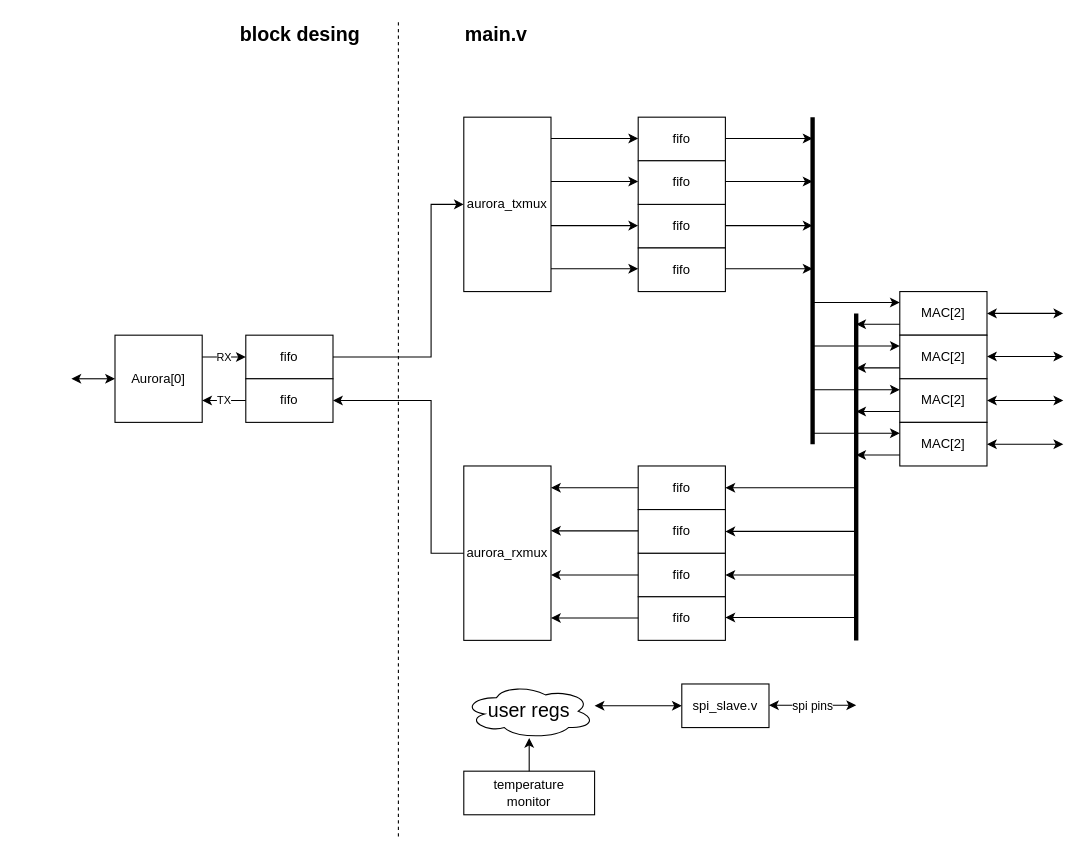
Above: doc/System_Diagram.drawio in hushunkui/bfd_artix (draw.io), before the change. Source tidied: cells renumbered, new cells numbered last; positions are measured from the earlier drawing's top-left corner, leaving out a move shared by most shapes. Both pictures are drawn from the tidied source at 109%, with x=0, y=0 at pixel (71, 19).
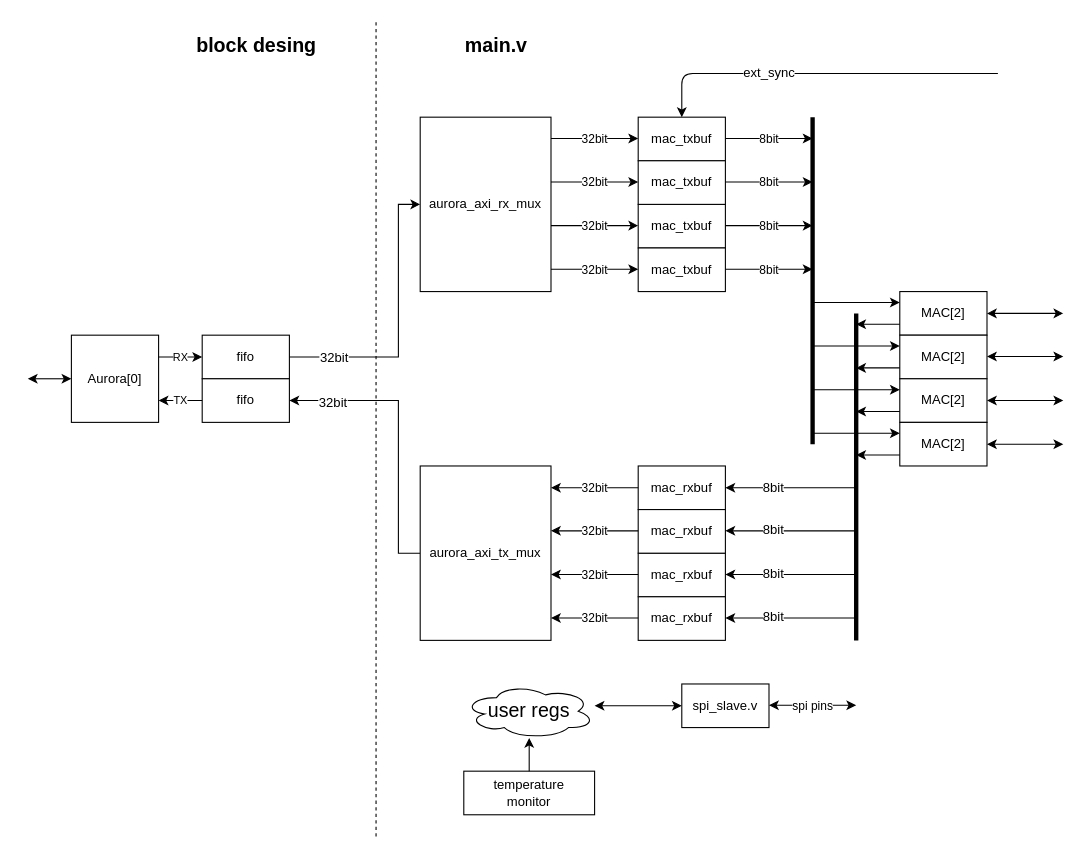
The same diagram, later.

The change refers to these unchanged cells:
```xml
<mxCell id="27" style="edgeStyle=elbowEdgeStyle;elbow=horizontal;endArrow=classic;html=1;jumpSize=10;entryX=0;entryY=0.25;entryDx=0;entryDy=0;" parent="1" edge="1">
  <mxGeometry relative="1" as="geometry">
    <mxPoint x="720" y="430" as="sourcePoint" />
    <mxPoint x="600" y="430" as="targetPoint" />
  </mxGeometry>
</mxCell>
```

Change to the diagram source:
```diff
@@
     <mxCell id="2" value="Aurora[0]" style="rounded=0;whiteSpace=wrap;html=1;" parent="1" vertex="1">
-      <mxGeometry x="40" y="290" width="80" height="80" as="geometry" />
+      <mxGeometry y="290" width="80" height="80" as="geometry" />
     </mxCell>
     <mxCell id="3" value="fifo" style="rounded=0;whiteSpace=wrap;html=1;" parent="1" vertex="1">
-      <mxGeometry x="160" y="290" width="80" height="40" as="geometry" />
+      <mxGeometry x="120" y="290" width="80" height="40" as="geometry" />
     </mxCell>
     <mxCell id="4" value="fifo" style="rounded=0;whiteSpace=wrap;html=1;" parent="1" vertex="1">
-      <mxGeometry x="160" y="330" width="80" height="40" as="geometry" />
+      <mxGeometry x="120" y="330" width="80" height="40" as="geometry" />
     </mxCell>
     <mxCell id="5" value="&lt;font size=&quot;1&quot;&gt;RX&lt;/font&gt;" style="edgeStyle=elbowEdgeStyle;elbow=horizontal;endArrow=classic;html=1;exitX=1;exitY=0.5;exitDx=0;exitDy=0;jumpSize=10;entryX=0;entryY=0.5;entryDx=0;entryDy=0;" parent="1" edge="1" target="3">
       <mxGeometry relative="1" as="geometry">
-        <mxPoint x="120" y="310" as="sourcePoint" />
+        <mxPoint x="80" y="310" as="sourcePoint" />
       </mxGeometry>
     </mxCell>
     <mxCell id="6" value="&lt;font size=&quot;1&quot;&gt;TX&lt;/font&gt;" style="edgeStyle=elbowEdgeStyle;elbow=horizontal;endArrow=classic;html=1;exitX=0;exitY=0.5;exitDx=0;exitDy=0;jumpSize=10;entryX=1;entryY=0.75;entryDx=0;entryDy=0;" parent="1" edge="1" source="4">
       <mxGeometry relative="1" as="geometry">
-        <mxPoint x="120" y="350" as="targetPoint" />
+        <mxPoint x="80" y="350" as="targetPoint" />
       </mxGeometry>
     </mxCell>
-    <mxCell id="7" value="fifo" style="rounded=0;whiteSpace=wrap;html=1;" parent="1" vertex="1">
+    <mxCell id="7" value="mac_txbuf" style="rounded=0;whiteSpace=wrap;html=1;" parent="1" vertex="1">
       <mxGeometry x="520" y="170" width="80" height="40" as="geometry" />
     </mxCell>
-    <mxCell id="8" value="fifo" style="rounded=0;whiteSpace=wrap;html=1;" parent="1" vertex="1">
+    <mxCell id="8" value="mac_txbuf" style="rounded=0;whiteSpace=wrap;html=1;" parent="1" vertex="1">
       <mxGeometry x="520" y="90" width="80" height="40" as="geometry" />
     </mxCell>
-    <mxCell id="9" value="fifo" style="rounded=0;whiteSpace=wrap;html=1;" parent="1" vertex="1">
+    <mxCell id="9" value="mac_txbuf" style="rounded=0;whiteSpace=wrap;html=1;" parent="1" vertex="1">
       <mxGeometry x="520" y="130" width="80" height="40" as="geometry" />
     </mxCell>
@@
     <mxCell id="11" style="endArrow=classic;startArrow=classic;html=1;" parent="1" edge="1">
       <mxGeometry relative="1" as="geometry">
-        <mxPoint y="330" as="sourcePoint" />
-        <mxPoint x="40" y="330" as="targetPoint" />
+        <mxPoint x="-40" y="330" as="sourcePoint" />
+        <mxPoint y="330" as="targetPoint" />
       </mxGeometry>
     </mxCell>
     <mxCell id="12" style="endArrow=none;dashed=1;html=1;" parent="1" edge="1">
       <mxGeometry relative="1" as="geometry">
-        <mxPoint x="300" y="750" as="sourcePoint" />
-        <mxPoint x="300" as="targetPoint" />
+        <mxPoint x="279.5" y="750" as="sourcePoint" />
+        <mxPoint x="279.5" as="targetPoint" />
       </mxGeometry>
     </mxCell>
     <mxCell id="13" value="block desing" style="text;html=1;strokeColor=none;fillColor=none;align=center;verticalAlign=middle;whiteSpace=wrap;rounded=0;fontStyle=1;fontSize=18;" parent="1" vertex="1">
-      <mxGeometry x="140" width="140" height="30" as="geometry" />
+      <mxGeometry x="100" y="10" width="140" height="30" as="geometry" />
     </mxCell>
     <mxCell id="14" value="main.v" style="text;html=1;strokeColor=none;fillColor=none;align=center;verticalAlign=middle;whiteSpace=wrap;rounded=0;fontStyle=1;fontSize=18;" parent="1" vertex="1">
-      <mxGeometry x="320" width="140" height="30" as="geometry" />
+      <mxGeometry x="320" y="10" width="140" height="30" as="geometry" />
     </mxCell>
-    <mxCell id="15" value="fifo" style="rounded=0;whiteSpace=wrap;html=1;" parent="1" vertex="1">
+    <mxCell id="15" value="mac_txbuf" style="rounded=0;whiteSpace=wrap;html=1;" parent="1" vertex="1">
       <mxGeometry x="520" y="210" width="80" height="40" as="geometry" />
     </mxCell>
-    <mxCell id="16" value="fifo" style="rounded=0;whiteSpace=wrap;html=1;" parent="1" vertex="1">
+    <mxCell id="16" value="mac_rxbuf" style="rounded=0;whiteSpace=wrap;html=1;" parent="1" vertex="1">
       <mxGeometry x="520" y="490" width="80" height="40" as="geometry" />
     </mxCell>
-    <mxCell id="17" value="fifo" style="rounded=0;whiteSpace=wrap;html=1;" parent="1" vertex="1">
+    <mxCell id="17" value="mac_rxbuf" style="rounded=0;whiteSpace=wrap;html=1;" parent="1" vertex="1">
       <mxGeometry x="520" y="410" width="80" height="40" as="geometry" />
     </mxCell>
-    <mxCell id="18" value="fifo" style="rounded=0;whiteSpace=wrap;html=1;" parent="1" vertex="1">
+    <mxCell id="18" value="mac_rxbuf" style="rounded=0;whiteSpace=wrap;html=1;" parent="1" vertex="1">
       <mxGeometry x="520" y="450" width="80" height="40" as="geometry" />
     </mxCell>
-    <mxCell id="19" value="fifo" style="rounded=0;whiteSpace=wrap;html=1;" parent="1" vertex="1">
+    <mxCell id="19" value="mac_rxbuf" style="rounded=0;whiteSpace=wrap;html=1;" parent="1" vertex="1">
       <mxGeometry x="520" y="530" width="80" height="40" as="geometry" />
     </mxCell>
@@
-    <mxCell id="21" style="edgeStyle=elbowEdgeStyle;elbow=horizontal;endArrow=classic;html=1;jumpSize=10;entryX=0;entryY=0.25;entryDx=0;entryDy=0;" parent="1" edge="1">
+    <mxCell id="21" value="8bit" style="edgeStyle=elbowEdgeStyle;elbow=horizontal;endArrow=classic;html=1;jumpSize=10;entryX=0;entryY=0.25;entryDx=0;entryDy=0;" parent="1" edge="1">
       <mxGeometry relative="1" as="geometry">
         <mxPoint x="600" y="109.5" as="sourcePoint" />
         <mxPoint x="680" y="109.5" as="targetPoint" />
       </mxGeometry>
     </mxCell>
-    <mxCell id="22" style="edgeStyle=elbowEdgeStyle;elbow=horizontal;endArrow=classic;html=1;jumpSize=10;entryX=0;entryY=0.25;entryDx=0;entryDy=0;" parent="1" edge="1">
-      <mxGeometry relative="1" as="geometry">
-        <mxPoint x="600" y="149" as="sourcePoint" />
-        <mxPoint x="680" y="149" as="targetPoint" />
-      </mxGeometry>
-    </mxCell>
-    <mxCell id="23" style="edgeStyle=elbowEdgeStyle;elbow=horizontal;endArrow=classic;html=1;jumpSize=10;entryX=0;entryY=0.25;entryDx=0;entryDy=0;" parent="1" edge="1">
-      <mxGeometry relative="1" as="geometry">
-        <mxPoint x="600" y="189.5" as="sourcePoint" />
-        <mxPoint x="680" y="189.5" as="targetPoint" />
-      </mxGeometry>
-    </mxCell>
-    <mxCell id="24" style="edgeStyle=elbowEdgeStyle;elbow=horizontal;endArrow=classic;html=1;jumpSize=10;entryX=0;entryY=0.25;entryDx=0;entryDy=0;" parent="1" edge="1">
-      <mxGeometry relative="1" as="geometry">
-        <mxPoint x="600" y="229" as="sourcePoint" />
-        <mxPoint x="680" y="229" as="targetPoint" />
-      </mxGeometry>
-    </mxCell>
@@
-    <mxCell id="28" style="edgeStyle=elbowEdgeStyle;elbow=horizontal;endArrow=classic;html=1;jumpSize=10;entryX=0;entryY=0.25;entryDx=0;entryDy=0;" parent="1" edge="1">
-      <mxGeometry relative="1" as="geometry">
-        <mxPoint x="720" y="470" as="sourcePoint" />
-        <mxPoint x="600" y="470" as="targetPoint" />
-      </mxGeometry>
-    </mxCell>
-    <mxCell id="29" style="edgeStyle=elbowEdgeStyle;elbow=horizontal;endArrow=classic;html=1;jumpSize=10;entryX=0;entryY=0.25;entryDx=0;entryDy=0;" parent="1" edge="1">
-      <mxGeometry relative="1" as="geometry">
-        <mxPoint x="720" y="510" as="sourcePoint" />
-        <mxPoint x="600" y="510" as="targetPoint" />
-      </mxGeometry>
-    </mxCell>
-    <mxCell id="30" style="edgeStyle=elbowEdgeStyle;elbow=horizontal;endArrow=classic;html=1;jumpSize=10;entryX=0;entryY=0.25;entryDx=0;entryDy=0;" parent="1" edge="1">
-      <mxGeometry relative="1" as="geometry">
-        <mxPoint x="720" y="549" as="sourcePoint" />
-        <mxPoint x="600" y="549" as="targetPoint" />
-      </mxGeometry>
-    </mxCell>
+    <mxCell id="63" value="8bit" style="text;html=1;align=center;verticalAlign=middle;labelBackgroundColor=#ffffff;" parent="27" vertex="1">
+      <mxGeometry x="0.28" y="-1" relative="1" as="geometry" />
+    </mxCell>
@@
     <mxCell id="41" style="edgeStyle=orthogonalEdgeStyle;rounded=0;jumpSize=10;jettySize=auto;html=1;fontSize=18;exitX=1;exitY=0.5;exitDx=0;exitDy=0;entryX=0;entryY=0.5;entryDx=0;entryDy=0;" parent="1" edge="1" source="3" target="55">
       <mxGeometry relative="1" as="geometry">
         <Array as="points">
-          <mxPoint x="330" y="310" />
-          <mxPoint x="330" y="170" />
+          <mxPoint x="300" y="310" />
+          <mxPoint x="300" y="170" />
         </Array>
       </mxGeometry>
     </mxCell>
-    <mxCell id="42" style="edgeStyle=elbowEdgeStyle;elbow=horizontal;endArrow=classic;html=1;jumpSize=10;entryX=0;entryY=0.25;entryDx=0;entryDy=0;" parent="1" edge="1">
-      <mxGeometry relative="1" as="geometry">
-        <mxPoint x="440" y="109.5" as="sourcePoint" />
-        <mxPoint x="520" y="109.5" as="targetPoint" />
-      </mxGeometry>
-    </mxCell>
-    <mxCell id="43" style="edgeStyle=elbowEdgeStyle;elbow=horizontal;endArrow=classic;html=1;jumpSize=10;entryX=0;entryY=0.25;entryDx=0;entryDy=0;" parent="1" edge="1">
-      <mxGeometry relative="1" as="geometry">
-        <mxPoint x="440" y="149" as="sourcePoint" />
-        <mxPoint x="520" y="149" as="targetPoint" />
-      </mxGeometry>
-    </mxCell>
-    <mxCell id="44" style="edgeStyle=elbowEdgeStyle;elbow=horizontal;endArrow=classic;html=1;jumpSize=10;entryX=0;entryY=0.25;entryDx=0;entryDy=0;" parent="1" edge="1">
-      <mxGeometry relative="1" as="geometry">
-        <mxPoint x="440" y="189.5" as="sourcePoint" />
-        <mxPoint x="520" y="189.5" as="targetPoint" />
-      </mxGeometry>
-    </mxCell>
-    <mxCell id="45" style="edgeStyle=elbowEdgeStyle;elbow=horizontal;endArrow=classic;html=1;jumpSize=10;entryX=0;entryY=0.25;entryDx=0;entryDy=0;" parent="1" edge="1">
-      <mxGeometry relative="1" as="geometry">
-        <mxPoint x="440" y="229" as="sourcePoint" />
-        <mxPoint x="520" y="229" as="targetPoint" />
-      </mxGeometry>
-    </mxCell>
+    <mxCell id="64" value="32bit" style="text;html=1;align=center;verticalAlign=middle;labelBackgroundColor=#ffffff;" parent="41" vertex="1">
+      <mxGeometry x="-0.84" relative="1" as="geometry">
+        <mxPoint x="19" as="offset" />
+      </mxGeometry>
+    </mxCell>
-    <mxCell id="46" style="edgeStyle=orthogonalEdgeStyle;rounded=0;jumpSize=10;jettySize=auto;html=1;fontSize=18;entryX=1;entryY=0.5;entryDx=0;entryDy=0;exitX=0;exitY=0.5;exitDx=0;exitDy=0;" parent="1" edge="1" source="56" target="4">
-      <mxGeometry relative="1" as="geometry">
+    <mxCell id="46" value="&lt;span style=&quot;font-size: 12px&quot;&gt;32bit&lt;/span&gt;" style="edgeStyle=orthogonalEdgeStyle;rounded=0;jumpSize=10;jettySize=auto;html=1;fontSize=18;entryX=1;entryY=0.5;entryDx=0;entryDy=0;exitX=0;exitY=0.5;exitDx=0;exitDy=0;" parent="1" edge="1" source="56" target="4">
+      <mxGeometry x="0.69" relative="1" as="geometry">
         <Array as="points">
-          <mxPoint x="330" y="490" />
-          <mxPoint x="330" y="350" />
+          <mxPoint x="300" y="490" />
+          <mxPoint x="300" y="350" />
         </Array>
       </mxGeometry>
     </mxCell>
-    <mxCell id="47" style="edgeStyle=elbowEdgeStyle;elbow=horizontal;endArrow=classic;html=1;jumpSize=10;entryX=0;entryY=0.25;entryDx=0;entryDy=0;" parent="1" edge="1">
+    <mxCell id="47" value="32bit" style="edgeStyle=elbowEdgeStyle;elbow=horizontal;endArrow=classic;html=1;jumpSize=10;entryX=1;entryY=0.125;entryDx=0;entryDy=0;entryPerimeter=0;exitX=1;exitY=0.125;exitDx=0;exitDy=0;exitPerimeter=0;" parent="1" edge="1" target="56">
       <mxGeometry relative="1" as="geometry">
         <mxPoint x="520" y="430" as="sourcePoint" />
-        <mxPoint x="440" y="430" as="targetPoint" />
       </mxGeometry>
     </mxCell>
-    <mxCell id="48" style="edgeStyle=elbowEdgeStyle;elbow=horizontal;endArrow=classic;html=1;jumpSize=10;entryX=0;entryY=0.25;entryDx=0;entryDy=0;" parent="1" edge="1">
-      <mxGeometry relative="1" as="geometry">
-        <mxPoint x="520" y="469.5" as="sourcePoint" />
-        <mxPoint x="440" y="469.5" as="targetPoint" />
-      </mxGeometry>
-    </mxCell>
-    <mxCell id="49" style="edgeStyle=elbowEdgeStyle;elbow=horizontal;endArrow=classic;html=1;jumpSize=10;entryX=0;entryY=0.25;entryDx=0;entryDy=0;" parent="1" edge="1">
-      <mxGeometry relative="1" as="geometry">
-        <mxPoint x="520" y="510" as="sourcePoint" />
-        <mxPoint x="440" y="510" as="targetPoint" />
-      </mxGeometry>
-    </mxCell>
-    <mxCell id="50" style="edgeStyle=elbowEdgeStyle;elbow=horizontal;endArrow=classic;html=1;jumpSize=10;entryX=0;entryY=0.25;entryDx=0;entryDy=0;" parent="1" edge="1">
-      <mxGeometry relative="1" as="geometry">
-        <mxPoint x="520" y="549.5" as="sourcePoint" />
-        <mxPoint x="440" y="549.5" as="targetPoint" />
-      </mxGeometry>
-    </mxCell>
@@
-    <mxCell id="55" value="aurora_txmux" style="rounded=0;whiteSpace=wrap;html=1;" parent="1" vertex="1">
-      <mxGeometry x="360" y="90" width="80" height="160" as="geometry" />
+    <mxCell id="55" value="aurora_axi_rx_mux" style="rounded=0;whiteSpace=wrap;html=1;" parent="1" vertex="1">
+      <mxGeometry x="320" y="90" width="120" height="160" as="geometry" />
     </mxCell>
-    <mxCell id="56" value="aurora_rxmux" style="rounded=0;whiteSpace=wrap;html=1;" parent="1" vertex="1">
-      <mxGeometry x="360" y="410" width="80" height="160" as="geometry" />
+    <mxCell id="56" value="aurora_axi_tx_mux" style="rounded=0;whiteSpace=wrap;html=1;" parent="1" vertex="1">
+      <mxGeometry x="320" y="410" width="120" height="160" as="geometry" />
     </mxCell>
@@
+    <mxCell id="65" value="32bit" style="edgeStyle=elbowEdgeStyle;elbow=horizontal;endArrow=classic;html=1;jumpSize=10;entryX=1;entryY=0.125;entryDx=0;entryDy=0;entryPerimeter=0;" parent="1" edge="1">
+      <mxGeometry relative="1" as="geometry">
+        <mxPoint x="440" y="109.5" as="sourcePoint" />
+        <mxPoint x="520" y="109.5" as="targetPoint" />
+      </mxGeometry>
+    </mxCell>
+    <mxCell id="66" value="32bit" style="edgeStyle=elbowEdgeStyle;elbow=horizontal;endArrow=classic;html=1;jumpSize=10;entryX=1;entryY=0.125;entryDx=0;entryDy=0;entryPerimeter=0;" parent="1" edge="1">
+      <mxGeometry relative="1" as="geometry">
+        <mxPoint x="440" y="149.5" as="sourcePoint" />
+        <mxPoint x="520" y="149.5" as="targetPoint" />
+      </mxGeometry>
+    </mxCell>
+    <mxCell id="67" value="32bit" style="edgeStyle=elbowEdgeStyle;elbow=horizontal;endArrow=classic;html=1;jumpSize=10;entryX=1;entryY=0.125;entryDx=0;entryDy=0;entryPerimeter=0;" parent="1" edge="1">
+      <mxGeometry relative="1" as="geometry">
+        <mxPoint x="440" y="189.5" as="sourcePoint" />
+        <mxPoint x="520" y="189.5" as="targetPoint" />
+      </mxGeometry>
+    </mxCell>
+    <mxCell id="68" value="32bit" style="edgeStyle=elbowEdgeStyle;elbow=horizontal;endArrow=classic;html=1;jumpSize=10;entryX=1;entryY=0.125;entryDx=0;entryDy=0;entryPerimeter=0;" parent="1" edge="1">
+      <mxGeometry relative="1" as="geometry">
+        <mxPoint x="440" y="229.5" as="sourcePoint" />
+        <mxPoint x="520" y="229.5" as="targetPoint" />
+      </mxGeometry>
+    </mxCell>
+    <mxCell id="69" value="32bit" style="edgeStyle=elbowEdgeStyle;elbow=horizontal;endArrow=classic;html=1;jumpSize=10;entryX=1;entryY=0.125;entryDx=0;entryDy=0;entryPerimeter=0;" parent="1" edge="1">
+      <mxGeometry relative="1" as="geometry">
+        <mxPoint x="520" y="469.5" as="sourcePoint" />
+        <mxPoint x="440" y="469.5" as="targetPoint" />
+      </mxGeometry>
+    </mxCell>
+    <mxCell id="70" value="32bit" style="edgeStyle=elbowEdgeStyle;elbow=horizontal;endArrow=classic;html=1;jumpSize=10;entryX=1;entryY=0.125;entryDx=0;entryDy=0;entryPerimeter=0;" parent="1" edge="1">
+      <mxGeometry relative="1" as="geometry">
+        <mxPoint x="520" y="509.5" as="sourcePoint" />
+        <mxPoint x="440" y="509.5" as="targetPoint" />
+      </mxGeometry>
+    </mxCell>
+    <mxCell id="71" value="32bit" style="edgeStyle=elbowEdgeStyle;elbow=horizontal;endArrow=classic;html=1;jumpSize=10;entryX=1;entryY=0.125;entryDx=0;entryDy=0;entryPerimeter=0;" parent="1" edge="1">
+      <mxGeometry relative="1" as="geometry">
+        <mxPoint x="520" y="549.5" as="sourcePoint" />
+        <mxPoint x="440" y="549.5" as="targetPoint" />
+      </mxGeometry>
+    </mxCell>
+    <mxCell id="72" value="8bit" style="edgeStyle=elbowEdgeStyle;elbow=horizontal;endArrow=classic;html=1;jumpSize=10;entryX=0;entryY=0.25;entryDx=0;entryDy=0;" parent="1" edge="1">
+      <mxGeometry relative="1" as="geometry">
+        <mxPoint x="600" y="149.5" as="sourcePoint" />
+        <mxPoint x="680" y="149.5" as="targetPoint" />
+      </mxGeometry>
+    </mxCell>
+    <mxCell id="73" value="8bit" style="edgeStyle=elbowEdgeStyle;elbow=horizontal;endArrow=classic;html=1;jumpSize=10;entryX=0;entryY=0.25;entryDx=0;entryDy=0;" parent="1" edge="1">
+      <mxGeometry relative="1" as="geometry">
+        <mxPoint x="600" y="189.5" as="sourcePoint" />
+        <mxPoint x="680" y="189.5" as="targetPoint" />
+      </mxGeometry>
+    </mxCell>
+    <mxCell id="74" value="8bit" style="edgeStyle=elbowEdgeStyle;elbow=horizontal;endArrow=classic;html=1;jumpSize=10;entryX=0;entryY=0.25;entryDx=0;entryDy=0;" parent="1" edge="1">
+      <mxGeometry relative="1" as="geometry">
+        <mxPoint x="600" y="229.5" as="sourcePoint" />
+        <mxPoint x="680" y="229.5" as="targetPoint" />
+      </mxGeometry>
+    </mxCell>
+    <mxCell id="75" style="edgeStyle=elbowEdgeStyle;elbow=horizontal;endArrow=classic;html=1;jumpSize=10;entryX=0;entryY=0.25;entryDx=0;entryDy=0;" parent="1" edge="1">
+      <mxGeometry relative="1" as="geometry">
+        <mxPoint x="720" y="469.5" as="sourcePoint" />
+        <mxPoint x="600" y="469.5" as="targetPoint" />
+      </mxGeometry>
+    </mxCell>
+    <mxCell id="76" value="8bit" style="text;html=1;align=center;verticalAlign=middle;labelBackgroundColor=#ffffff;" parent="75" vertex="1">
+      <mxGeometry x="0.28" y="-1" relative="1" as="geometry" />
+    </mxCell>
+    <mxCell id="77" style="edgeStyle=elbowEdgeStyle;elbow=horizontal;endArrow=classic;html=1;jumpSize=10;entryX=0;entryY=0.25;entryDx=0;entryDy=0;" parent="1" edge="1">
+      <mxGeometry relative="1" as="geometry">
+        <mxPoint x="720" y="509.5" as="sourcePoint" />
+        <mxPoint x="600" y="509.5" as="targetPoint" />
+      </mxGeometry>
+    </mxCell>
+    <mxCell id="78" value="8bit" style="text;html=1;align=center;verticalAlign=middle;labelBackgroundColor=#ffffff;" parent="77" vertex="1">
+      <mxGeometry x="0.28" y="-1" relative="1" as="geometry" />
+    </mxCell>
+    <mxCell id="79" style="edgeStyle=elbowEdgeStyle;elbow=horizontal;endArrow=classic;html=1;jumpSize=10;entryX=0;entryY=0.25;entryDx=0;entryDy=0;" parent="1" edge="1">
+      <mxGeometry relative="1" as="geometry">
+        <mxPoint x="720" y="549.5" as="sourcePoint" />
+        <mxPoint x="600" y="549.5" as="targetPoint" />
+      </mxGeometry>
+    </mxCell>
+    <mxCell id="80" value="8bit" style="text;html=1;align=center;verticalAlign=middle;labelBackgroundColor=#ffffff;" parent="79" vertex="1">
+      <mxGeometry x="0.28" y="-1" relative="1" as="geometry" />
+    </mxCell>
+    <mxCell id="81" style="edgeStyle=elbowEdgeStyle;elbow=horizontal;endArrow=classic;html=1;jumpSize=10;entryX=0.5;entryY=0;entryDx=0;entryDy=0;" parent="1" edge="1" target="8">
+      <mxGeometry relative="1" as="geometry">
+        <mxPoint x="850" y="50" as="sourcePoint" />
+        <Array as="points">
+          <mxPoint x="560" y="60" />
+        </Array>
+      </mxGeometry>
+    </mxCell>
+    <mxCell id="82" value="ext_sync" style="text;html=1;align=center;verticalAlign=middle;labelBackgroundColor=#ffffff;" parent="81" vertex="1">
+      <mxGeometry x="0.28" y="-1" relative="1" as="geometry" />
+    </mxCell>
```
